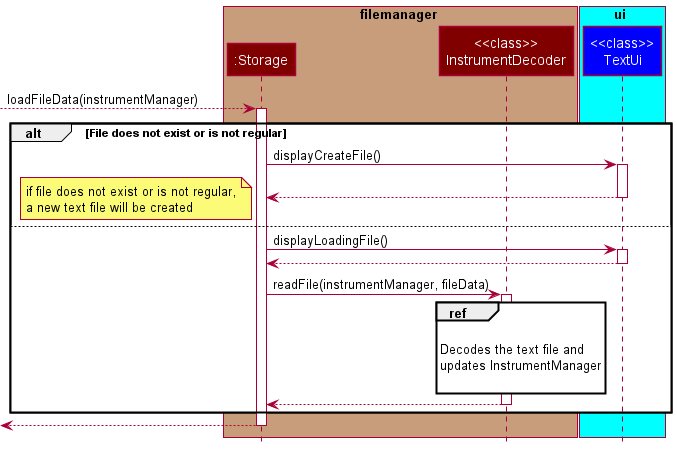
The PlantUML diagram docs/images/FileManagerSeqBetweenStorageAndDecoder.png in williamlamjy/mTracker, before a commit.
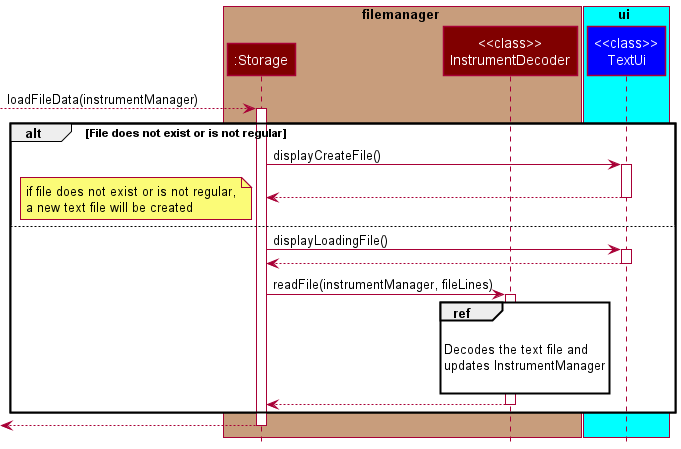
After the change.

Commit message:
Update diagrams and correct some wordings

Change to the diagram source:
```diff
@@ -29,7 +29,7 @@
     TextUi--> Storage
     deactivate TextUi
 
-    Storage-> InstrumentDecoder: readFile(instrumentManager, fileData)
+    Storage-> InstrumentDecoder: readFile(instrumentManager, fileLines)
     activate InstrumentDecoder
 
     ref over InstrumentDecoder
```
